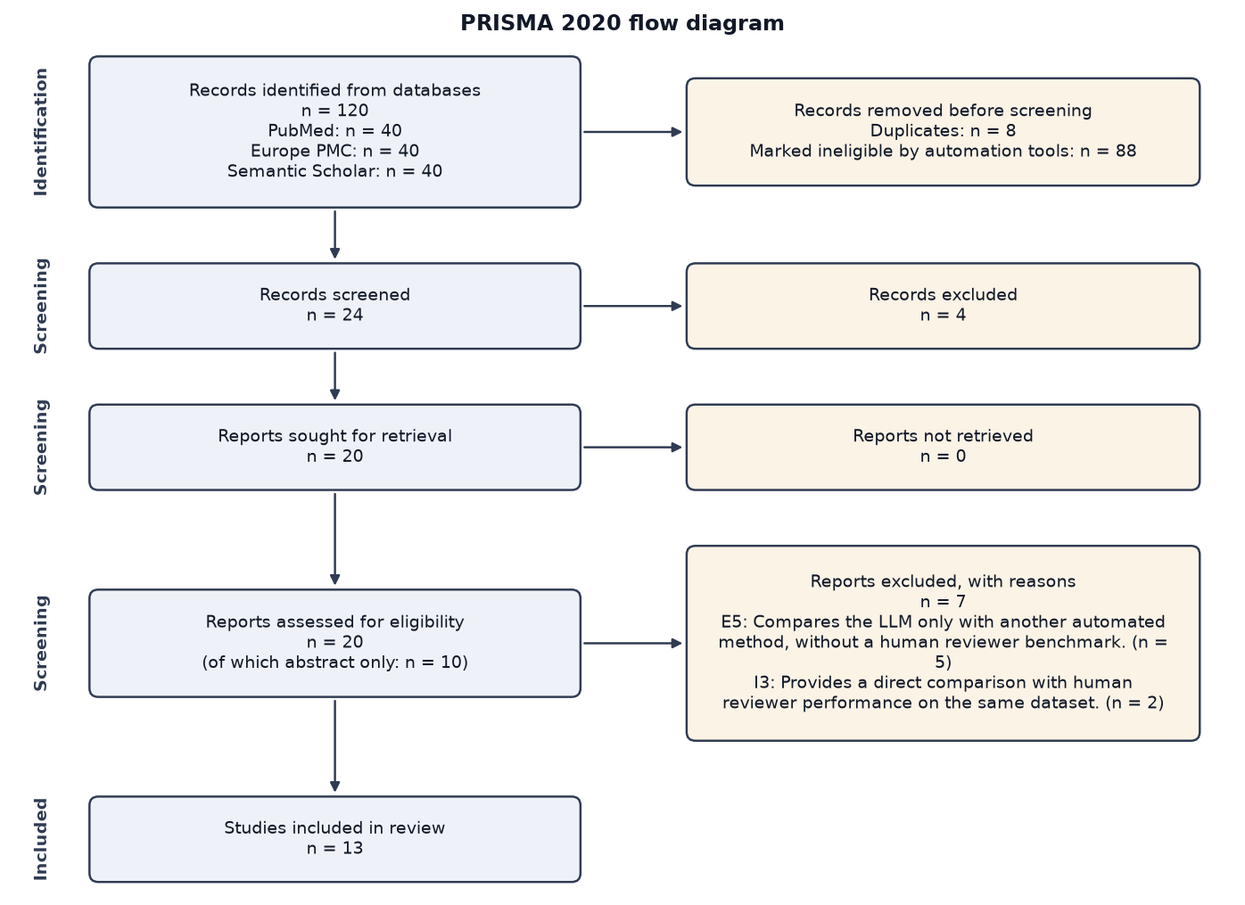
Before: examples/demo_run/prisma_flow.png, a diagram exported from Mermaid (manal-0603/PRISMAgent). Its source is kept beside it as examples/demo_run/prisma_flow.mmd. Its diagram source:
```mermaid
flowchart TD
    A["Records identified from databases<br/>n = 120<br/>PubMed: n = 40<br/>Europe PMC: n = 40<br/>Semantic Scholar: n = 40"] --> B["Records screened<br/>n = 24"]
    A --> A2["Records removed before screening<br/>Duplicates: n = 8<br/>Marked ineligible by automation tools: n = 88"]
    B --> B2["Records excluded<br/>n = 4"]
    B --> C["Reports sought for retrieval<br/>n = 20"]
    C --> C2["Reports not retrieved<br/>n = 0"]
    C --> D["Reports assessed for eligibility<br/>n = 20<br/>(of which abstract only: n = 10)"]
    D --> D2["Reports excluded, with reasons<br/>n = 7<br/>E5: Compares the LLM only with another automated<br/>method, without a human reviewer benchmark. (n =<br/>5)<br/>I3: Provides a direct comparison with human<br/>reviewer performance on the same dataset. (n = 2)"]
    D --> E["Studies included in review<br/>n = 13"]
```
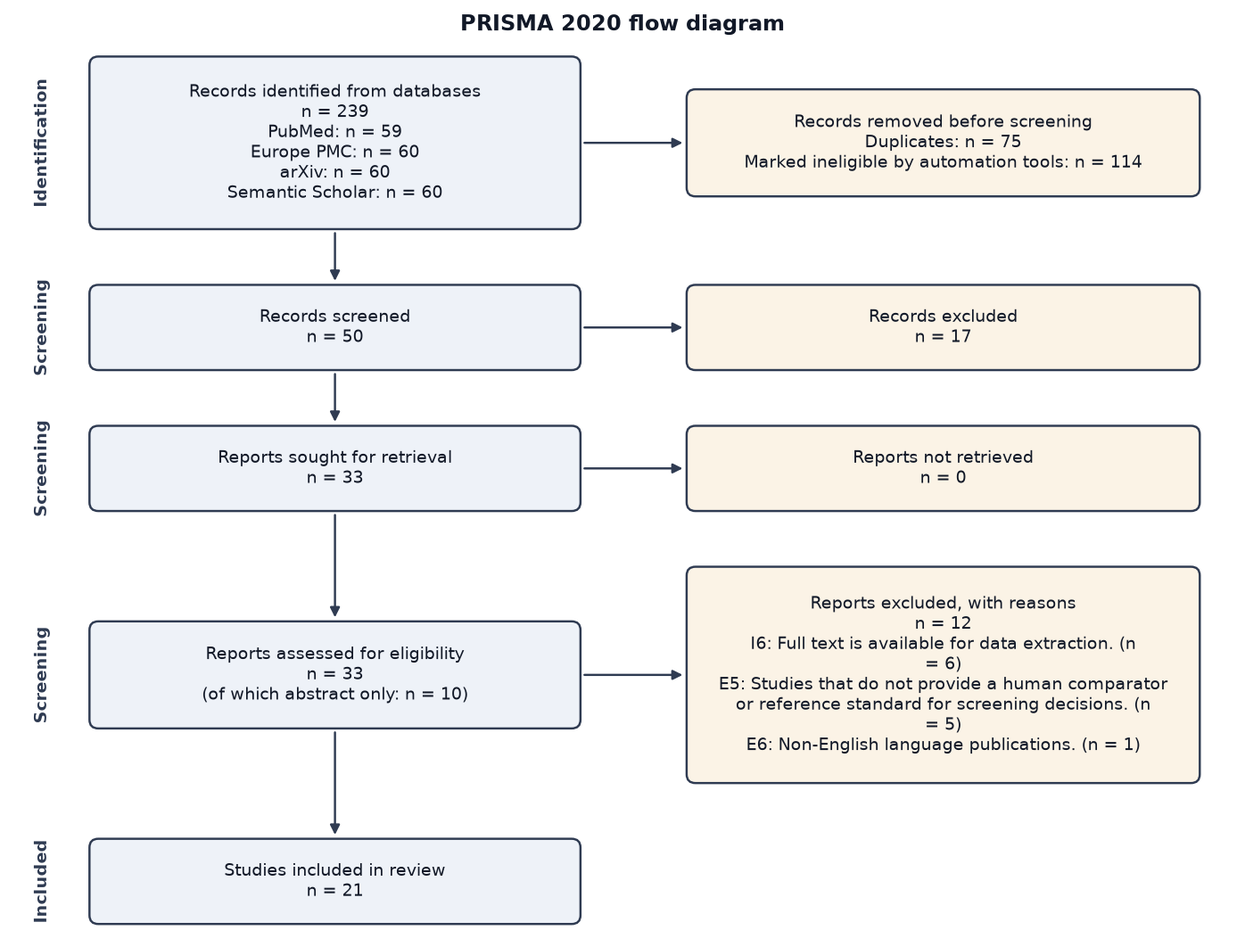
After the commit.

Diff of the diagram source:
```diff
@@ -1,9 +1,9 @@
 flowchart TD
-    A["Records identified from databases<br/>n = 120<br/>PubMed: n = 40<br/>Europe PMC: n = 40<br/>Semantic Scholar: n = 40"] --> B["Records screened<br/>n = 24"]
-    A --> A2["Records removed before screening<br/>Duplicates: n = 8<br/>Marked ineligible by automation tools: n = 88"]
-    B --> B2["Records excluded<br/>n = 4"]
-    B --> C["Reports sought for retrieval<br/>n = 20"]
+    A["Records identified from databases<br/>n = 239<br/>PubMed: n = 59<br/>Europe PMC: n = 60<br/>arXiv: n = 60<br/>Semantic Scholar: n = 60"] --> B["Records screened<br/>n = 50"]
+    A --> A2["Records removed before screening<br/>Duplicates: n = 75<br/>Marked ineligible by automation tools: n = 114"]
+    B --> B2["Records excluded<br/>n = 17"]
+    B --> C["Reports sought for retrieval<br/>n = 33"]
     C --> C2["Reports not retrieved<br/>n = 0"]
-    C --> D["Reports assessed for eligibility<br/>n = 20<br/>(of which abstract only: n = 10)"]
-    D --> D2["Reports excluded, with reasons<br/>n = 7<br/>E5: Compares the LLM only with another automated<br/>method, without a human reviewer benchmark. (n =<br/>5)<br/>I3: Provides a direct comparison with human<br/>reviewer performance on the same dataset. (n = 2)"]
-    D --> E["Studies included in review<br/>n = 13"]
+    C --> D["Reports assessed for eligibility<br/>n = 33<br/>(of which abstract only: n = 10)"]
+    D --> D2["Reports excluded, with reasons<br/>n = 12<br/>I6: Full text is available for data extraction. (n<br/>= 6)<br/>E5: Studies that do not provide a human comparator<br/>or reference standard for screening decisions. (n<br/>= 5)<br/>E6: Non‑English language publications. (n = 1)"]
+    D --> E["Studies included in review<br/>n = 21"]
```
